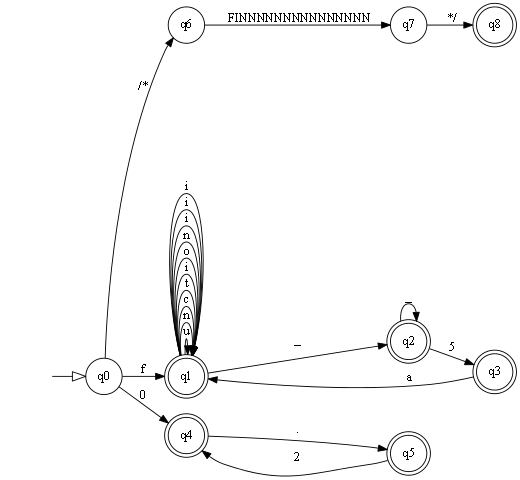
The Graphviz diagram x.gv.png in cgomez29/OLC1_Proyecto1_-201801480, before a commit. Its source is kept beside it as x.gv.
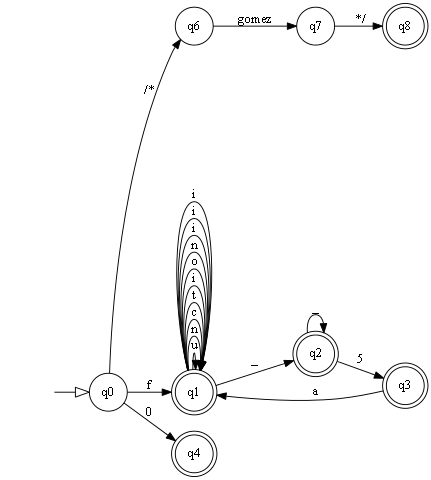
Later version of the same file.

The edit, as a diff of the source:
```diff
@@ -5,15 +5,16 @@
 	q6
 	q7
 	node [shape=doublecircle]
+	q8
 	q1
 	q2
 	q3
 	q4
-	q5
-	q8
+	q0 -> q6 [label="/*"]
 	q0 -> q1 [label=f]
 	q0 -> q4 [label=0]
-	q0 -> q6 [label="/*"]
+	q6 -> q7 [label=" gomez "]
+	q7 -> q8 [label="*/"]
 	q1 -> q1 [label=u]
 	q1 -> q1 [label=n]
 	q1 -> q1 [label=c]
@@ -28,10 +29,6 @@
 	q2 -> q2 [label=_]
 	q2 -> q3 [label=5]
 	q3 -> q1 [label=a]
-	q4 -> q5 [label="."]
-	q5 -> q4 [label=2]
-	q6 -> q7 [label=" FINNNNNNNNNNNNNNN"]
-	q7 -> q8 [label="*/"]
 	node [shape=none]
 	edge [arrowhead=empty arrowsize=1.5]
 	"" -> q0
```
